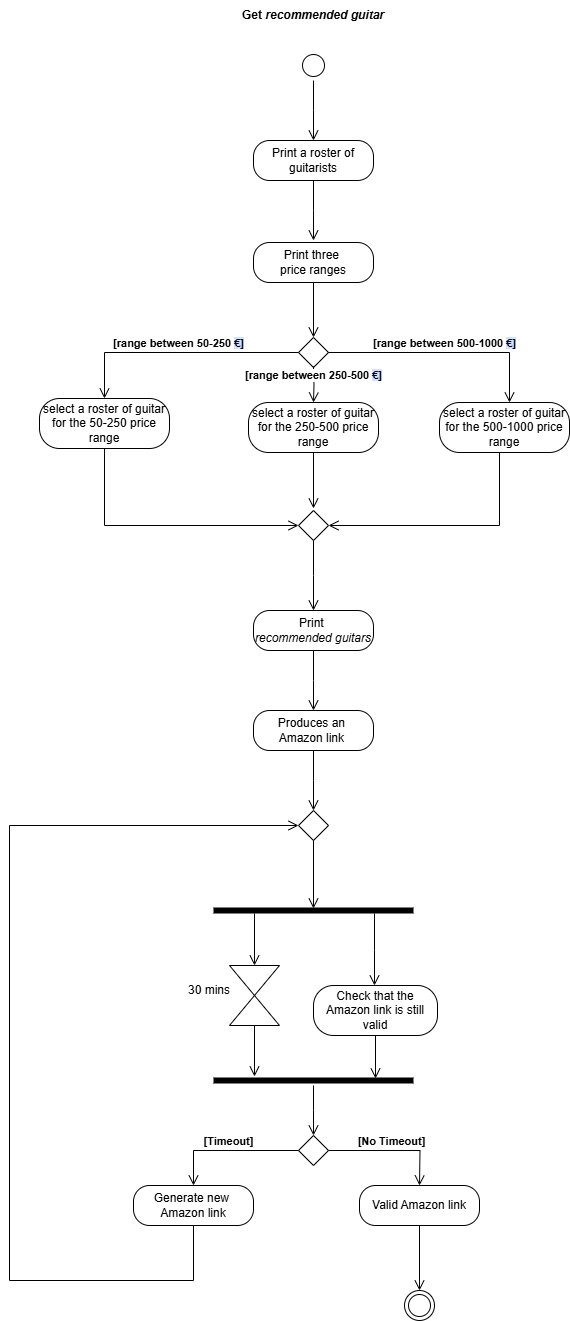
This is ActivityDiagramM.drawio.png from TizianoLilli/ISPW-Project, a draw.io export, as it was before one commit. Source tidied: cells renumbered, new cells last; positions are measured from the earlier drawing's top-left corner, leaving out a move shared by most shapes.
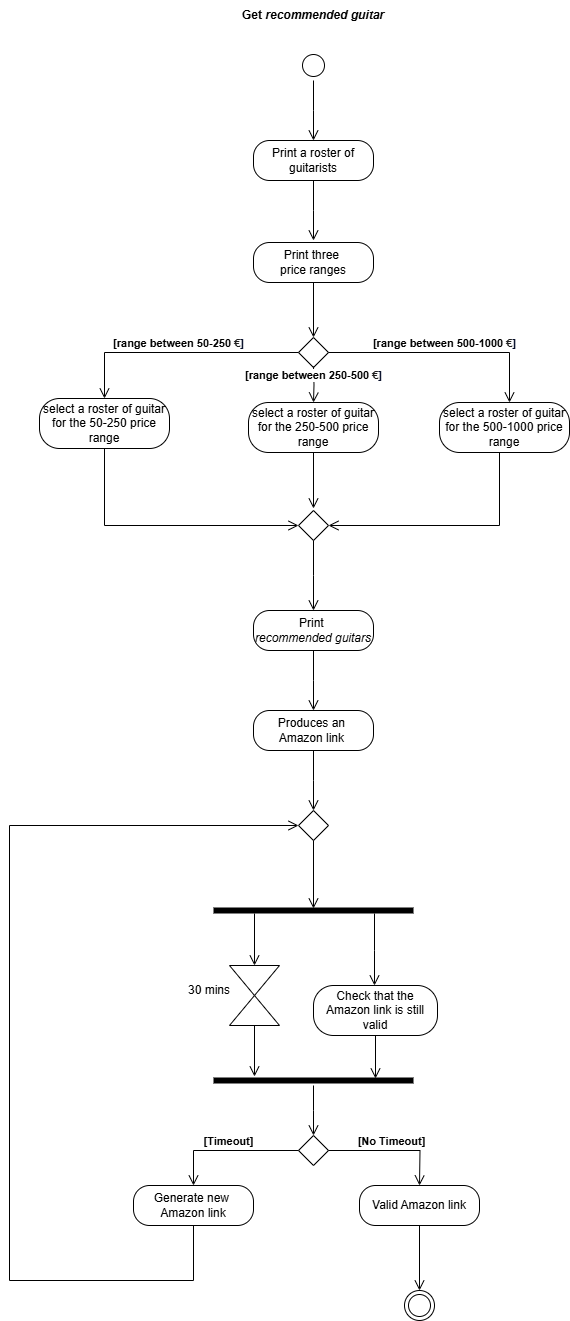
The same file after the commit.

Diff of the diagram source:
```diff
@@ -13,7 +13,7 @@
     <mxCell id="4" style="rhombus;whiteSpace=wrap;html=1;labelBackgroundColor=none;" parent="1" vertex="1">
       <mxGeometry x="289" y="337" width="30" height="30" as="geometry" />
     </mxCell>
-    <mxCell id="5" value="&lt;b&gt;[range between 500-1000&amp;nbsp;&lt;span style=&quot;text-wrap-mode: wrap; background-image: linear-gradient(90deg, rgb(211, 227, 253) 50%, rgba(0, 0, 0, 0) 50%); background-position: 0% 0px; background-size: 200% 100%; background-repeat: no-repeat; background-attachment: initial; background-origin: initial; background-clip: initial; color: rgb(4, 12, 40); animation: 0.75s cubic-bezier(0.05, 0.7, 0.1, 1) 0.25s 1 normal forwards running highlight; text-align: left;&quot;&gt;€]&lt;/span&gt;&lt;/b&gt;" style="edgeStyle=orthogonalEdgeStyle;html=1;verticalAlign=bottom;endArrow=open;endSize=8;rounded=0;exitX=1;exitY=0.5;exitDx=0;exitDy=0;labelBackgroundColor=none;fontColor=default;" parent="1" edge="1" source="4" target="13">
+    <mxCell id="5" value="&lt;b&gt;[range between 500-1000&amp;nbsp;&lt;span style=&quot;text-align: left; text-wrap-mode: wrap; color: rgb(31, 31, 31); background-color: rgb(255, 255, 255);&quot;&gt;€&lt;/span&gt;&lt;span style=&quot;text-align: left; background-color: initial;&quot;&gt;&lt;font style=&quot;&quot; face=&quot;Helvetica&quot;&gt;&lt;font style=&quot;&quot; color=&quot;#040c28&quot;&gt;&lt;span style=&quot;text-wrap-mode: wrap;&quot;&gt;]&lt;/span&gt;&lt;/font&gt;&lt;/font&gt;&lt;/span&gt;&lt;/b&gt;" style="edgeStyle=orthogonalEdgeStyle;html=1;verticalAlign=bottom;endArrow=open;endSize=8;rounded=0;exitX=1;exitY=0.5;exitDx=0;exitDy=0;labelBackgroundColor=none;fontColor=default;" parent="1" edge="1" source="4" target="13">
       <mxGeometry relative="1" as="geometry">
         <Array as="points">
           <mxPoint x="500" y="352" />
@@ -28,7 +28,7 @@
         </Array>
       </mxGeometry>
     </mxCell>
-    <mxCell id="7" value="&lt;b&gt;[range between 250-500&amp;nbsp;&lt;span style=&quot;text-wrap-mode: wrap; background-image: linear-gradient(90deg, rgb(211, 227, 253) 50%, rgba(0, 0, 0, 0) 50%); background-position: 0% 0px; background-size: 200% 100%; background-repeat: no-repeat; background-attachment: initial; background-origin: initial; background-clip: initial; color: rgb(4, 12, 40); animation: 0.75s cubic-bezier(0.05, 0.7, 0.1, 1) 0.25s 1 normal forwards running highlight; text-align: left;&quot;&gt;€]&lt;/span&gt;&lt;/b&gt;" style="edgeStyle=orthogonalEdgeStyle;html=1;verticalAlign=bottom;endArrow=open;endSize=8;rounded=0;exitX=0.5;exitY=1;exitDx=0;exitDy=0;labelBackgroundColor=default;fontColor=default;entryX=0.5;entryY=0;entryDx=0;entryDy=0;" parent="1" edge="1" target="12">
+    <mxCell id="7" value="&lt;b&gt;[range between 250-500&amp;nbsp;&lt;span style=&quot;text-align: left; text-wrap-mode: wrap; color: rgb(31, 31, 31);&quot;&gt;€&lt;/span&gt;&lt;span style=&quot;text-align: left; background-color: initial;&quot;&gt;&lt;font style=&quot;&quot; face=&quot;Helvetica&quot;&gt;&lt;font style=&quot;&quot; color=&quot;#040c28&quot;&gt;&lt;span style=&quot;text-wrap-mode: wrap;&quot;&gt;]&lt;/span&gt;&lt;/font&gt;&lt;/font&gt;&lt;/span&gt;&lt;/b&gt;" style="edgeStyle=orthogonalEdgeStyle;html=1;verticalAlign=bottom;endArrow=open;endSize=8;rounded=0;exitX=0.5;exitY=1;exitDx=0;exitDy=0;labelBackgroundColor=default;fontColor=default;entryX=0.5;entryY=0;entryDx=0;entryDy=0;" parent="1" edge="1" target="12">
       <mxGeometry relative="1" as="geometry">
         <mxPoint x="304" y="366" as="sourcePoint" />
       </mxGeometry>
@@ -39,7 +39,7 @@
         <mxPoint x="304" y="508" as="targetPoint" />
       </mxGeometry>
     </mxCell>
-    <mxCell id="9" value="&lt;b&gt;&lt;font face=&quot;Helvetica&quot;&gt;[range between 50-250&amp;nbsp;&lt;span style=&quot;background-image: linear-gradient(90deg, rgb(211, 227, 253) 50%, rgba(0, 0, 0, 0) 50%); background-position: 0% 0px; background-size: 200% 100%; background-repeat: no-repeat; background-attachment: initial; background-origin: initial; background-clip: initial; animation: 0.75s cubic-bezier(0.05, 0.7, 0.1, 1) 0.25s 1 normal forwards running highlight; text-align: left; text-wrap-mode: wrap;&quot;&gt;&lt;font color=&quot;#040c28&quot; style=&quot;font-size: 11px;&quot;&gt;€]&lt;/font&gt;&lt;/span&gt;&lt;/font&gt;&lt;/b&gt;" style="edgeStyle=orthogonalEdgeStyle;html=1;verticalAlign=bottom;endArrow=open;endSize=8;rounded=0;exitX=0;exitY=0.5;exitDx=0;exitDy=0;labelBackgroundColor=none;fontColor=default;entryX=0.5;entryY=0;entryDx=0;entryDy=0;" parent="1" edge="1" source="4" target="10">
+    <mxCell id="9" value="&lt;div style=&quot;text-align: left;&quot;&gt;&lt;b&gt;&lt;span style=&quot;background-color: initial;&quot;&gt;&lt;font style=&quot;&quot; face=&quot;Helvetica&quot;&gt;[range between 50-250&amp;nbsp;&lt;/font&gt;&lt;/span&gt;&lt;span style=&quot;text-wrap-mode: wrap; color: rgb(31, 31, 31); text-align: left; background-color: rgb(255, 255, 255);&quot;&gt;&lt;font style=&quot;font-size: 11px;&quot;&gt;€&lt;/font&gt;&lt;/span&gt;&lt;span style=&quot;background-color: initial;&quot;&gt;&lt;font style=&quot;&quot; face=&quot;Helvetica&quot;&gt;&lt;font style=&quot;&quot; color=&quot;#040c28&quot;&gt;&lt;span style=&quot;text-wrap-mode: wrap;&quot;&gt;]&lt;/span&gt;&lt;/font&gt;&lt;/font&gt;&lt;/span&gt;&lt;/b&gt;&lt;/div&gt;" style="edgeStyle=orthogonalEdgeStyle;html=1;verticalAlign=bottom;endArrow=open;endSize=8;rounded=0;exitX=0;exitY=0.5;exitDx=0;exitDy=0;labelBackgroundColor=none;fontColor=default;entryX=0.5;entryY=0;entryDx=0;entryDy=0;" parent="1" edge="1" source="4" target="10">
       <mxGeometry relative="1" as="geometry" />
     </mxCell>
     <mxCell id="10" value="select a roster of guitar for the 50-250 price range" style="rounded=1;whiteSpace=wrap;html=1;arcSize=40;labelBackgroundColor=none;" parent="1" vertex="1">
```
